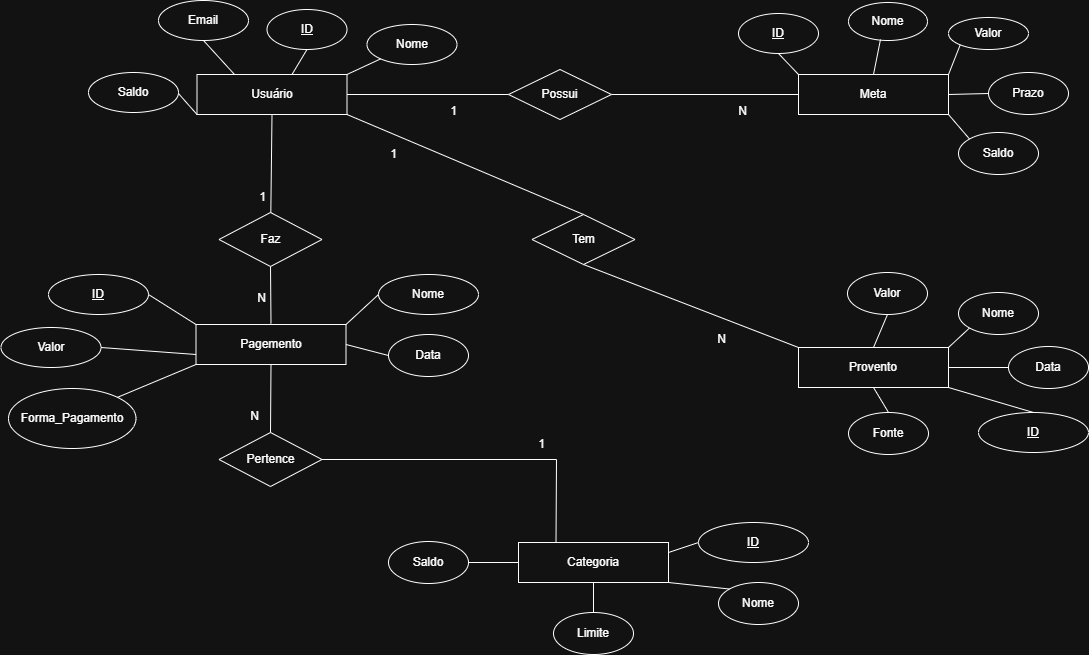
The draw.io diagram DER.png in Lucas-Aguiar-Nunes/FinTrack, before a commit. Source tidied: cells renumbered, new cells last; positions are measured from the earlier drawing's top-left corner, leaving out a move shared by most shapes.
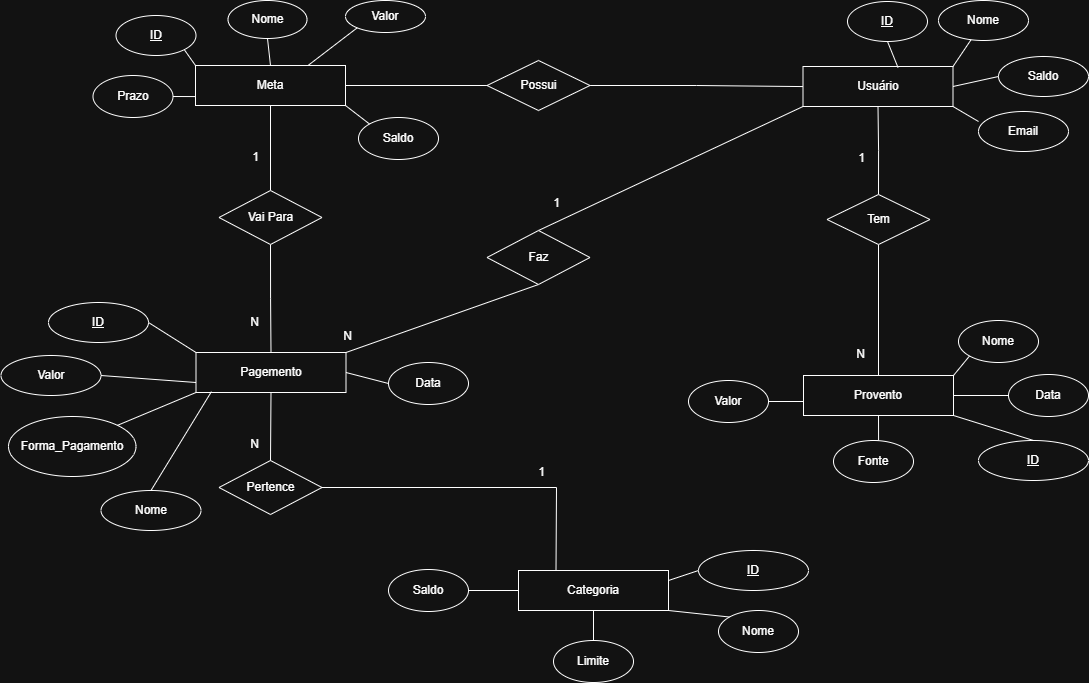
After the commit.

Change to the diagram source:
```diff
@@ -3,37 +3,43 @@
     <mxCell id="0" />
     <mxCell id="1" parent="0" />
     <mxCell id="2" value="Usuário" style="whiteSpace=wrap;html=1;align=center;" parent="1" vertex="1">
-      <mxGeometry x="196.5" y="74" width="150" height="40" as="geometry" />
+      <mxGeometry x="802.5" y="38" width="150" height="40" as="geometry" />
     </mxCell>
+    <mxCell id="73" style="edgeStyle=orthogonalEdgeStyle;rounded=0;jettySize=auto;html=1;exitX=1;exitY=0.5;exitDx=0;exitDy=0;entryX=0;entryY=0.5;entryDx=0;entryDy=0;endArrow=none;startFill=0;" parent="1" edge="1" source="3" target="27">
+      <mxGeometry relative="1" as="geometry" />
+    </mxCell>
+    <mxCell id="74" style="edgeStyle=orthogonalEdgeStyle;rounded=0;jettySize=auto;html=1;exitX=0.5;exitY=1;exitDx=0;exitDy=0;entryX=0.5;entryY=0;entryDx=0;entryDy=0;endArrow=none;startFill=0;" parent="1" edge="1" source="3" target="80">
+      <mxGeometry relative="1" as="geometry" />
+    </mxCell>
     <mxCell id="3" value="Meta" style="whiteSpace=wrap;html=1;align=center;" parent="1" vertex="1">
-      <mxGeometry x="798" y="74" width="150" height="40" as="geometry" />
+      <mxGeometry x="195" y="37" width="150" height="40" as="geometry" />
     </mxCell>
+    <mxCell id="75" style="rounded=0;jettySize=auto;html=1;exitX=1;exitY=0;exitDx=0;exitDy=0;entryX=0.5;entryY=1;entryDx=0;entryDy=0;endArrow=none;startFill=0;" parent="1" edge="1" source="4" target="15">
+      <mxGeometry relative="1" as="geometry" />
+    </mxCell>
     <mxCell id="4" value="Pagemento" style="whiteSpace=wrap;html=1;align=center;" parent="1" vertex="1">
       <mxGeometry x="195.5" y="324" width="150" height="40" as="geometry" />
     </mxCell>
     <mxCell id="5" value="Provento" style="whiteSpace=wrap;html=1;align=center;" parent="1" vertex="1">
-      <mxGeometry x="798" y="347" width="150" height="40" as="geometry" />
+      <mxGeometry x="803" y="347" width="150" height="40" as="geometry" />
     </mxCell>
     <mxCell id="6" value="Email" style="ellipse;whiteSpace=wrap;html=1;align=center;" parent="1" vertex="1">
-      <mxGeometry x="158" width="90" height="40" as="geometry" />
+      <mxGeometry x="978" y="83" width="90" height="40" as="geometry" />
     </mxCell>
     <mxCell id="7" value="Nome" style="ellipse;whiteSpace=wrap;html=1;align=center;" parent="1" vertex="1">
-      <mxGeometry x="366.5" y="24" width="90" height="40" as="geometry" />
+      <mxGeometry x="938" y="-28" width="90" height="40" as="geometry" />
     </mxCell>
     <mxCell id="8" value="ID" style="ellipse;whiteSpace=wrap;html=1;align=center;fontStyle=4;" parent="1" vertex="1">
-      <mxGeometry x="266.5" y="9" width="80" height="40" as="geometry" />
+      <mxGeometry x="847" y="-27" width="80" height="40" as="geometry" />
     </mxCell>
     <mxCell id="9" style="endArrow=none;html=1;rounded=0;exitX=1;exitY=0;exitDx=0;exitDy=0;" parent="1" edge="1" source="2" target="7">
       <mxGeometry relative="1" as="geometry" />
     </mxCell>
     <mxCell id="10" style="endArrow=none;html=1;rounded=0;entryX=0.5;entryY=1;entryDx=0;entryDy=0;" parent="1" edge="1" target="8">
       <mxGeometry relative="1" as="geometry">
-        <mxPoint x="291.5" y="74" as="sourcePoint" />
+        <mxPoint x="897.5" y="39" as="sourcePoint" />
       </mxGeometry>
     </mxCell>
-    <mxCell id="11" style="endArrow=none;html=1;rounded=0;exitX=0;exitY=1;exitDx=0;exitDy=0;entryX=1;entryY=0;entryDx=0;entryDy=0;" parent="1" edge="1" source="2" target="49">
-      <mxGeometry relative="1" as="geometry" />
-    </mxCell>
     <mxCell id="12" value="ID" style="ellipse;whiteSpace=wrap;html=1;align=center;fontStyle=4;" parent="1" vertex="1">
       <mxGeometry x="48" y="274" width="100" height="40" as="geometry" />
     </mxCell>
@@ -41,32 +47,14 @@
       <mxGeometry x="0.5" y="327" width="100" height="40" as="geometry" />
     </mxCell>
     <mxCell id="14" value="Nome" style="ellipse;whiteSpace=wrap;html=1;align=center;" parent="1" vertex="1">
-      <mxGeometry x="378" y="274" width="100" height="40" as="geometry" />
+      <mxGeometry x="100.5" y="462" width="100" height="40" as="geometry" />
     </mxCell>
+    <mxCell id="76" style="rounded=0;jettySize=auto;html=1;exitX=0.5;exitY=0;exitDx=0;exitDy=0;entryX=0;entryY=1;entryDx=0;entryDy=0;endArrow=none;startFill=0;" parent="1" edge="1" source="15" target="2">
+      <mxGeometry relative="1" as="geometry" />
+    </mxCell>
     <mxCell id="15" value="Faz" style="shape=rhombus;perimeter=rhombusPerimeter;whiteSpace=wrap;html=1;align=center;" parent="1" vertex="1">
-      <mxGeometry x="218.5" y="212" width="103" height="54" as="geometry" />
+      <mxGeometry x="486.5" y="202" width="103" height="54" as="geometry" />
     </mxCell>
-    <mxCell id="16" style="endArrow=none;html=1;rounded=0;exitX=0.5;exitY=1;exitDx=0;exitDy=0;" parent="1" edge="1" source="2" target="15">
-      <mxGeometry relative="1" as="geometry" />
-    </mxCell>
-    <mxCell id="17" value="1" style="html=1;whiteSpace=wrap;align=right;verticalAlign=bottom;" parent="16" vertex="1">
-      <mxGeometry x="1" relative="1" as="geometry">
-        <mxPoint x="-4" y="-8" as="offset" />
-      </mxGeometry>
-    </mxCell>
-    <mxCell id="18" style="endArrow=none;html=1;rounded=0;exitX=0.5;exitY=1;exitDx=0;exitDy=0;" parent="1" edge="1" source="15">
-      <mxGeometry relative="1" as="geometry">
-        <mxPoint x="270.5" y="323" as="targetPoint" />
-      </mxGeometry>
-    </mxCell>
-    <mxCell id="19" value="N" style="html=1;whiteSpace=wrap;align=right;verticalAlign=bottom;" parent="18" vertex="1">
-      <mxGeometry x="1" relative="1" as="geometry">
-        <mxPoint x="-4" y="-18" as="offset" />
-      </mxGeometry>
-    </mxCell>
-    <mxCell id="20" style="endArrow=none;html=1;rounded=0;exitX=0;exitY=0.5;exitDx=0;exitDy=0;entryX=1;entryY=0;entryDx=0;entryDy=0;" parent="1" edge="1" source="14" target="4">
-      <mxGeometry relative="1" as="geometry" />
-    </mxCell>
     <mxCell id="21" style="endArrow=none;html=1;rounded=0;entryX=0;entryY=0.75;entryDx=0;entryDy=0;exitX=1;exitY=0.5;exitDx=0;exitDy=0;" parent="1" edge="1" source="13" target="4">
       <mxGeometry relative="1" as="geometry" />
     </mxCell>
@@ -74,81 +62,50 @@
       <mxGeometry relative="1" as="geometry" />
     </mxCell>
     <mxCell id="23" value="Nome" style="ellipse;whiteSpace=wrap;html=1;align=center;" parent="1" vertex="1">
-      <mxGeometry x="848" y="2" width="79" height="38" as="geometry" />
+      <mxGeometry x="227.5" y="-28" width="79" height="38" as="geometry" />
     </mxCell>
     <mxCell id="24" value="Valor" style="ellipse;whiteSpace=wrap;html=1;align=center;" parent="1" vertex="1">
-      <mxGeometry x="948" y="17" width="80" height="32" as="geometry" />
+      <mxGeometry x="345" y="-28" width="80" height="32" as="geometry" />
     </mxCell>
+    <mxCell id="77" style="edgeStyle=orthogonalEdgeStyle;rounded=0;jettySize=auto;html=1;exitX=1;exitY=0.5;exitDx=0;exitDy=0;entryX=0;entryY=0.75;entryDx=0;entryDy=0;endArrow=none;startFill=0;" parent="1" edge="1" source="25" target="3">
+      <mxGeometry relative="1" as="geometry" />
+    </mxCell>
     <mxCell id="25" value="Prazo" style="ellipse;whiteSpace=wrap;html=1;align=center;" parent="1" vertex="1">
-      <mxGeometry x="988" y="72" width="80" height="42" as="geometry" />
+      <mxGeometry x="92.5" y="47" width="80" height="42" as="geometry" />
     </mxCell>
+    <mxCell id="30" style="edgeStyle=orthogonalEdgeStyle;rounded=0;jettySize=auto;html=1;exitX=0.5;exitY=0;exitDx=0;exitDy=0;entryX=0.5;entryY=1;entryDx=0;entryDy=0;endArrow=none;startFill=0;" parent="1" edge="1" source="26" target="2">
+      <mxGeometry relative="1" as="geometry" />
+    </mxCell>
+    <mxCell id="28" style="edgeStyle=orthogonalEdgeStyle;rounded=0;jettySize=auto;html=1;exitX=0.5;exitY=1;exitDx=0;exitDy=0;entryX=0.5;entryY=0;entryDx=0;entryDy=0;endArrow=none;startFill=0;" parent="1" edge="1" source="26" target="5">
+      <mxGeometry relative="1" as="geometry" />
+    </mxCell>
     <mxCell id="26" value="Tem" style="shape=rhombus;perimeter=rhombusPerimeter;whiteSpace=wrap;html=1;align=center;" parent="1" vertex="1">
-      <mxGeometry x="531.5" y="214" width="103" height="50" as="geometry" />
+      <mxGeometry x="826.5" y="166" width="103" height="50" as="geometry" />
     </mxCell>
+    <mxCell id="78" style="edgeStyle=orthogonalEdgeStyle;rounded=0;jettySize=auto;html=1;endArrow=none;startFill=0;" parent="1" edge="1" source="27" target="2">
+      <mxGeometry relative="1" as="geometry" />
+    </mxCell>
     <mxCell id="27" value="Possui" style="shape=rhombus;perimeter=rhombusPerimeter;whiteSpace=wrap;html=1;align=center;" parent="1" vertex="1">
-      <mxGeometry x="508" y="69" width="103" height="50" as="geometry" />
+      <mxGeometry x="486.5" y="32" width="103" height="50" as="geometry" />
     </mxCell>
-    <mxCell id="28" style="endArrow=none;html=1;rounded=0;exitX=0.5;exitY=1;exitDx=0;exitDy=0;entryX=0;entryY=0;entryDx=0;entryDy=0;" parent="1" edge="1" source="26" target="5">
-      <mxGeometry relative="1" as="geometry" />
-    </mxCell>
-    <mxCell id="29" value="1" style="html=1;whiteSpace=wrap;align=right;verticalAlign=bottom;" parent="28" vertex="1">
-      <mxGeometry x="1" relative="1" as="geometry">
-        <mxPoint x="-401" y="-185" as="offset" />
-      </mxGeometry>
-    </mxCell>
-    <mxCell id="30" style="endArrow=none;html=1;rounded=0;exitX=0.5;exitY=0;exitDx=0;exitDy=0;entryX=1;entryY=1;entryDx=0;entryDy=0;" parent="1" edge="1" source="26" target="2">
-      <mxGeometry relative="1" as="geometry" />
-    </mxCell>
-    <mxCell id="31" value="N" style="html=1;whiteSpace=wrap;align=right;verticalAlign=bottom;" parent="30" vertex="1">
-      <mxGeometry x="1" relative="1" as="geometry">
-        <mxPoint x="381" y="233" as="offset" />
-      </mxGeometry>
-    </mxCell>
-    <mxCell id="32" style="endArrow=none;html=1;rounded=0;entryX=0;entryY=0.5;entryDx=0;entryDy=0;exitX=1;exitY=0.5;exitDx=0;exitDy=0;" parent="1" edge="1" source="27" target="3">
-      <mxGeometry relative="1" as="geometry" />
-    </mxCell>
-    <mxCell id="33" value="1" style="html=1;whiteSpace=wrap;align=right;verticalAlign=bottom;" parent="32" vertex="1">
-      <mxGeometry x="1" relative="1" as="geometry">
-        <mxPoint x="-340" y="25" as="offset" />
-      </mxGeometry>
-    </mxCell>
-    <mxCell id="34" style="endArrow=none;html=1;rounded=0;entryX=0;entryY=0.5;entryDx=0;entryDy=0;exitX=1;exitY=0.5;exitDx=0;exitDy=0;" parent="1" edge="1" source="2" target="27">
-      <mxGeometry relative="1" as="geometry" />
-    </mxCell>
-    <mxCell id="35" value="N" style="html=1;whiteSpace=wrap;align=right;verticalAlign=bottom;" parent="34" vertex="1">
-      <mxGeometry x="1" relative="1" as="geometry">
-        <mxPoint x="240" y="25" as="offset" />
-      </mxGeometry>
-    </mxCell>
+    <mxCell id="38" style="rounded=0;jettySize=auto;html=1;exitX=1;exitY=1;exitDx=0;exitDy=0;entryX=0;entryY=0;entryDx=0;entryDy=0;endArrow=none;startFill=0;" parent="1" edge="1" source="36" target="3">
+      <mxGeometry relative="1" as="geometry" />
+    </mxCell>
     <mxCell id="36" value="ID" style="ellipse;whiteSpace=wrap;html=1;align=center;fontStyle=4;" parent="1" vertex="1">
-      <mxGeometry x="738" y="13" width="80" height="40" as="geometry" />
+      <mxGeometry x="115.5" y="-13" width="80" height="40" as="geometry" />
     </mxCell>
-    <mxCell id="37" style="endArrow=none;html=1;rounded=0;exitX=1;exitY=0.5;exitDx=0;exitDy=0;" parent="1" edge="1" source="3">
-      <mxGeometry relative="1" as="geometry">
-        <mxPoint x="988" y="93" as="targetPoint" />
-      </mxGeometry>
-    </mxCell>
-    <mxCell id="38" style="endArrow=none;html=1;rounded=0;exitX=0.5;exitY=1;exitDx=0;exitDy=0;entryX=0;entryY=0;entryDx=0;entryDy=0;" parent="1" edge="1" source="36" target="3">
-      <mxGeometry relative="1" as="geometry" />
-    </mxCell>
-    <mxCell id="39" style="endArrow=none;html=1;rounded=0;entryX=0.405;entryY=0.974;entryDx=0;entryDy=0;entryPerimeter=0;exitX=0.5;exitY=0;exitDx=0;exitDy=0;" parent="1" edge="1" source="3" target="23">
-      <mxGeometry relative="1" as="geometry" />
-    </mxCell>
-    <mxCell id="40" style="endArrow=none;html=1;rounded=0;entryX=0;entryY=1;entryDx=0;entryDy=0;exitX=1;exitY=0;exitDx=0;exitDy=0;" parent="1" edge="1" source="3" target="24">
-      <mxGeometry relative="1" as="geometry" />
-    </mxCell>
     <mxCell id="41" value="ID" style="ellipse;whiteSpace=wrap;html=1;align=center;fontStyle=4;" parent="1" vertex="1">
       <mxGeometry x="978" y="412" width="110" height="40" as="geometry" />
     </mxCell>
+    <mxCell id="44" style="edgeStyle=orthogonalEdgeStyle;rounded=0;jettySize=auto;html=1;exitX=1;exitY=0.5;exitDx=0;exitDy=0;entryX=0;entryY=0.5;entryDx=0;entryDy=0;endArrow=none;startFill=0;" parent="1" edge="1" source="42" target="5">
+      <mxGeometry relative="1" as="geometry" />
+    </mxCell>
     <mxCell id="42" value="Valor" style="ellipse;whiteSpace=wrap;html=1;align=center;" parent="1" vertex="1">
-      <mxGeometry x="847" y="272" width="80" height="42" as="geometry" />
+      <mxGeometry x="688" y="352" width="80" height="42" as="geometry" />
     </mxCell>
     <mxCell id="43" value="Nome" style="ellipse;whiteSpace=wrap;html=1;align=center;" parent="1" vertex="1">
       <mxGeometry x="958" y="292" width="80" height="42" as="geometry" />
     </mxCell>
-    <mxCell id="44" style="endArrow=none;html=1;rounded=0;entryX=0.5;entryY=0;entryDx=0;entryDy=0;exitX=0.5;exitY=1;exitDx=0;exitDy=0;" parent="1" edge="1" source="42" target="5">
-      <mxGeometry relative="1" as="geometry" />
-    </mxCell>
     <mxCell id="45" style="endArrow=none;html=1;rounded=0;entryX=0.5;entryY=0;entryDx=0;entryDy=0;exitX=1;exitY=1;exitDx=0;exitDy=0;" parent="1" edge="1" source="5" target="41">
       <mxGeometry relative="1" as="geometry" />
     </mxCell>
@@ -162,13 +119,13 @@
       <mxGeometry x="1008" y="346" width="80" height="42" as="geometry" />
     </mxCell>
     <mxCell id="49" value="Saldo" style="ellipse;whiteSpace=wrap;html=1;align=center;" parent="1" vertex="1">
-      <mxGeometry x="88" y="72" width="90" height="40" as="geometry" />
+      <mxGeometry x="998" y="28" width="90" height="40" as="geometry" />
     </mxCell>
     <mxCell id="50" value="Categoria" style="whiteSpace=wrap;html=1;align=center;" parent="1" vertex="1">
       <mxGeometry x="518" y="542" width="150" height="40" as="geometry" />
     </mxCell>
     <mxCell id="51" value="Saldo" style="ellipse;whiteSpace=wrap;html=1;align=center;" parent="1" vertex="1">
-      <mxGeometry x="958" y="132" width="80" height="42" as="geometry" />
+      <mxGeometry x="358" y="89" width="80" height="42" as="geometry" />
     </mxCell>
     <mxCell id="52" style="endArrow=none;html=1;rounded=0;exitX=1;exitY=1;exitDx=0;exitDy=0;entryX=0;entryY=0;entryDx=0;entryDy=0;" parent="1" edge="1" source="3" target="51">
       <mxGeometry relative="1" as="geometry" />
@@ -232,14 +189,62 @@
     <mxCell id="69" style="endArrow=none;html=1;rounded=0;entryX=0.5;entryY=0;entryDx=0;entryDy=0;exitX=0.5;exitY=1;exitDx=0;exitDy=0;" parent="1" edge="1" source="50" target="68">
       <mxGeometry relative="1" as="geometry" />
     </mxCell>
+    <mxCell id="72" style="edgeStyle=orthogonalEdgeStyle;rounded=0;jettySize=auto;html=1;exitX=0.5;exitY=0;exitDx=0;exitDy=0;entryX=0.5;entryY=1;entryDx=0;entryDy=0;endArrow=none;startFill=0;" parent="1" edge="1" source="71" target="5">
+      <mxGeometry relative="1" as="geometry" />
+    </mxCell>
+    <mxCell id="71" value="Fonte" style="ellipse;whiteSpace=wrap;html=1;align=center;" parent="1" vertex="1">
+      <mxGeometry x="833" y="412" width="80" height="42" as="geometry" />
+    </mxCell>
+    <mxCell id="79" style="edgeStyle=orthogonalEdgeStyle;rounded=0;jettySize=auto;html=1;exitX=0.5;exitY=1;exitDx=0;exitDy=0;entryX=0.5;entryY=0;entryDx=0;entryDy=0;endArrow=none;startFill=0;" parent="1" edge="1" source="80" target="4">
+      <mxGeometry relative="1" as="geometry" />
+    </mxCell>
+    <mxCell id="80" value="Vai Para" style="shape=rhombus;perimeter=rhombusPerimeter;whiteSpace=wrap;html=1;align=center;" parent="1" vertex="1">
+      <mxGeometry x="218.5" y="162" width="103" height="54" as="geometry" />
+    </mxCell>
+    <mxCell id="81" style="rounded=0;jettySize=auto;html=1;exitX=0.5;exitY=1;exitDx=0;exitDy=0;entryX=0.5;entryY=0;entryDx=0;entryDy=0;endArrow=none;startFill=0;" parent="1" edge="1" source="23" target="3">
+      <mxGeometry relative="1" as="geometry" />
+    </mxCell>
+    <mxCell id="82" style="rounded=0;jettySize=auto;html=1;exitX=0;exitY=1;exitDx=0;exitDy=0;entryX=0.75;entryY=0;entryDx=0;entryDy=0;endArrow=none;startFill=0;" parent="1" edge="1" source="24" target="3">
+      <mxGeometry relative="1" as="geometry" />
+    </mxCell>
+    <mxCell id="11" style="endArrow=none;html=1;rounded=0;exitX=1;exitY=0.5;exitDx=0;exitDy=0;entryX=0;entryY=0.5;entryDx=0;entryDy=0;" parent="1" edge="1" source="2" target="49">
+      <mxGeometry relative="1" as="geometry" />
+    </mxCell>
-    <mxCell id="70" style="endArrow=none;html=1;rounded=0;entryX=0.5;entryY=1;entryDx=0;entryDy=0;exitX=0.25;exitY=0;exitDx=0;exitDy=0;" parent="1" edge="1" source="2" target="6">
+    <mxCell id="70" style="endArrow=none;html=1;rounded=0;exitX=1;exitY=1;exitDx=0;exitDy=0;entryX=0;entryY=0.25;entryDx=0;entryDy=0;entryPerimeter=0;" parent="1" edge="1" source="2" target="6">
       <mxGeometry relative="1" as="geometry" />
     </mxCell>
-    <mxCell id="71" value="Fonte" style="ellipse;whiteSpace=wrap;html=1;align=center;" parent="1" vertex="1">
-      <mxGeometry x="848" y="412" width="80" height="42" as="geometry" />
-    </mxCell>
-    <mxCell id="72" style="endArrow=none;html=1;rounded=0;entryX=0.5;entryY=1;entryDx=0;entryDy=0;exitX=0.5;exitY=0;exitDx=0;exitDy=0;" parent="1" edge="1" source="71" target="5">
-      <mxGeometry relative="1" as="geometry" />
-    </mxCell>
+    <mxCell id="20" style="rounded=0;jettySize=auto;html=1;exitX=0.5;exitY=0;exitDx=0;exitDy=0;entryX=0.103;entryY=0.978;entryDx=0;entryDy=0;entryPerimeter=0;endArrow=none;startFill=0;" parent="1" edge="1" source="14" target="4">
+      <mxGeometry relative="1" as="geometry" />
+    </mxCell>
+    <mxCell id="83" value="N" style="html=1;whiteSpace=wrap;align=right;verticalAlign=bottom;" parent="1" vertex="1">
+      <mxGeometry x="345" y="256" as="geometry">
+        <mxPoint x="8" y="60" as="offset" />
+      </mxGeometry>
+    </mxCell>
+    <mxCell id="84" value="1" style="html=1;whiteSpace=wrap;align=right;verticalAlign=bottom;" parent="1" vertex="1">
+      <mxGeometry x="553" y="123" as="geometry">
+        <mxPoint x="8" y="60" as="offset" />
+      </mxGeometry>
+    </mxCell>
+    <mxCell id="85" value="N" style="html=1;whiteSpace=wrap;align=right;verticalAlign=bottom;" parent="1" vertex="1">
+      <mxGeometry x="251.5" y="242" as="geometry">
+        <mxPoint x="8" y="60" as="offset" />
+      </mxGeometry>
+    </mxCell>
+    <mxCell id="86" value="1" style="html=1;whiteSpace=wrap;align=right;verticalAlign=bottom;" parent="1" vertex="1">
+      <mxGeometry x="251.5" y="77" as="geometry">
+        <mxPoint x="8" y="60" as="offset" />
+      </mxGeometry>
+    </mxCell>
+    <mxCell id="87" value="1" style="html=1;whiteSpace=wrap;align=right;verticalAlign=bottom;" parent="1" vertex="1">
+      <mxGeometry x="858" y="78" as="geometry">
+        <mxPoint x="8" y="60" as="offset" />
+      </mxGeometry>
+    </mxCell>
+    <mxCell id="88" value="N" style="html=1;whiteSpace=wrap;align=right;verticalAlign=bottom;" parent="1" vertex="1">
+      <mxGeometry x="858" y="274" as="geometry">
+        <mxPoint x="8" y="60" as="offset" />
+      </mxGeometry>
+    </mxCell>
   </root>
 </mxGraphModel>
```
